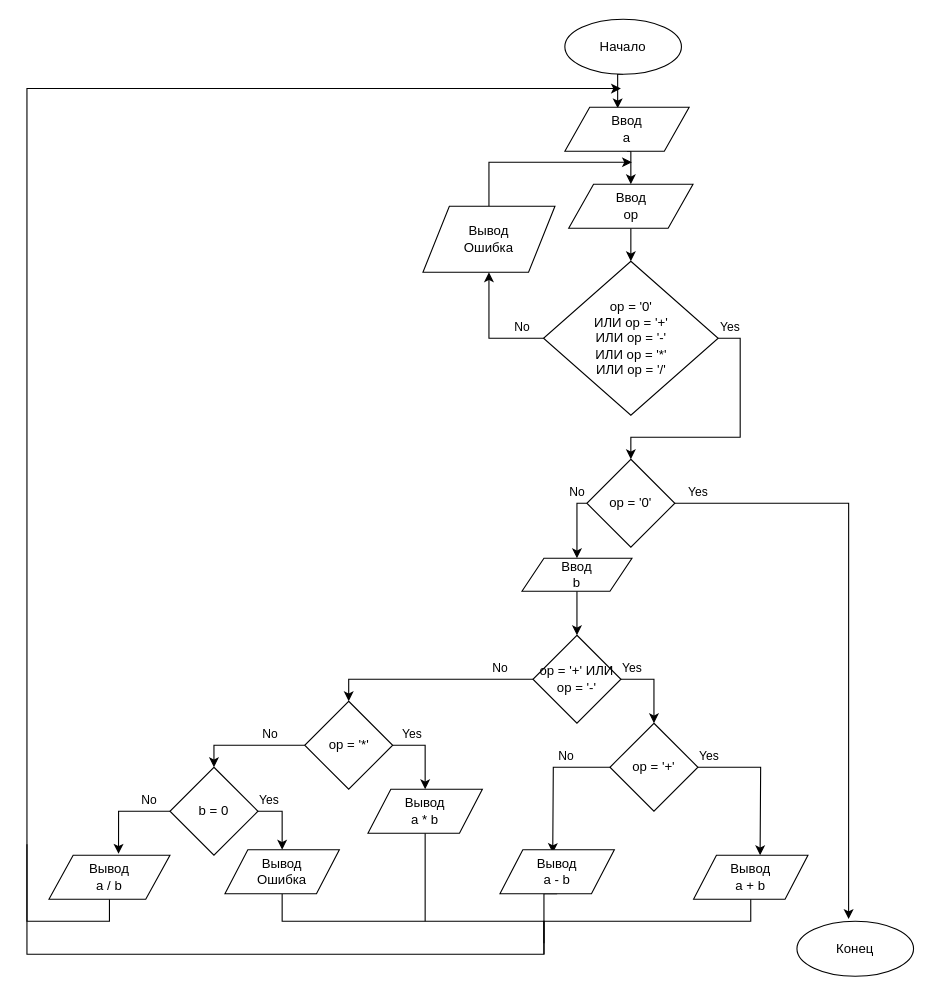
Above: page "task_1" (1 of 6) of lesson_2.drawio in Virucek/geekbrains_python_algorithms_basic (draw.io), before the change. Source tidied: cells renumbered, new cells numbered last; positions are measured from the earlier drawing's top-left corner, leaving out a move shared by most shapes. Both pictures are drawn from the tidied source at 110%, with x=0, y=0 at pixel (26, 19).
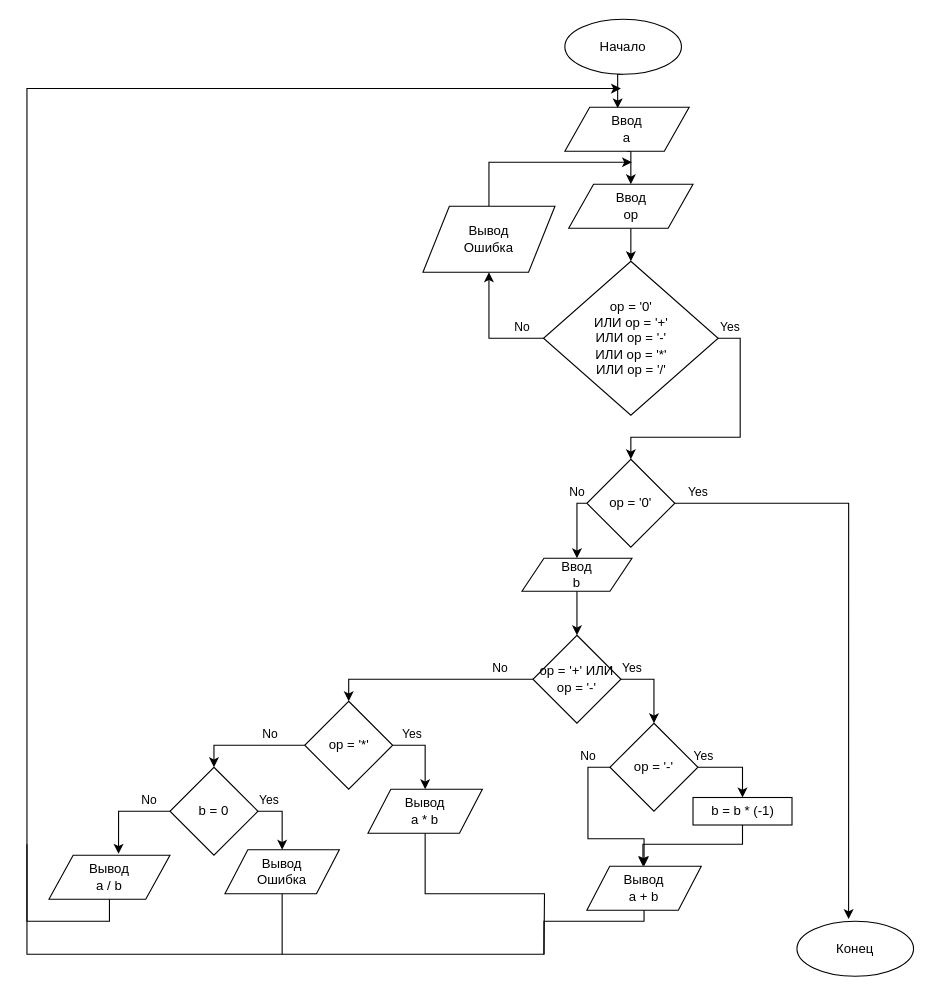
The same diagram, later.

The change refers to these unchanged cells:
```xml
<mxCell id="39" value="Вывод&lt;br&gt;a * b" style="shape=parallelogram;perimeter=parallelogramPerimeter;whiteSpace=wrap;html=1;" parent="1" vertex="1">
  <mxGeometry x="310" y="700" width="104" height="40" as="geometry" />
</mxCell>
<mxCell id="40" value="Вывод&lt;br&gt;Ошибка" style="shape=parallelogram;perimeter=parallelogramPerimeter;whiteSpace=wrap;html=1;" parent="1" vertex="1">
  <mxGeometry x="180" y="755" width="104" height="40" as="geometry" />
</mxCell>
```

Diff of the diagram source:
```diff
@@
-    <mxCell id="14" value="Yes" style="edgeStyle=orthogonalEdgeStyle;rounded=0;jettySize=auto;html=1;exitX=1;exitY=0.5;exitDx=0;exitDy=0;entryX=0.5;entryY=0;entryDx=0;entryDy=0;" parent="1" edge="1" source="16">
-      <mxGeometry x="-0.85" y="10" relative="1" as="geometry">
-        <mxPoint x="666.5" y="760" as="targetPoint" />
-      </mxGeometry>
+    <mxCell id="14" value="Yes" style="edgeStyle=orthogonalEdgeStyle;rounded=0;jettySize=auto;html=1;exitX=1;exitY=0.5;exitDx=0;exitDy=0;entryX=0.5;entryY=0;entryDx=0;entryDy=0;" parent="1" edge="1" source="16" target="42">
+      <mxGeometry x="-0.85" y="10" relative="1" as="geometry" />
     </mxCell>
-    <mxCell id="15" value="No" style="edgeStyle=orthogonalEdgeStyle;rounded=0;jettySize=auto;html=1;exitX=0;exitY=0.5;exitDx=0;exitDy=0;" parent="1" edge="1" source="16">
-      <mxGeometry x="-0.38" y="-10" relative="1" as="geometry">
-        <mxPoint x="478" y="758" as="targetPoint" />
+    <mxCell id="15" value="No" style="edgeStyle=orthogonalEdgeStyle;rounded=0;jettySize=auto;html=1;exitX=0;exitY=0.5;exitDx=0;exitDy=0;entryX=0.5;entryY=0;entryDx=0;entryDy=0;" parent="1" edge="1" source="16" target="35">
+      <mxGeometry x="-0.75" y="-10" relative="1" as="geometry">
+        <mxPoint x="10" y="-10" as="offset" />
       </mxGeometry>
     </mxCell>
-    <mxCell id="16" value="op = '+'" style="rhombus;whiteSpace=wrap;html=1;" parent="1" vertex="1">
+    <mxCell id="16" value="op = '-'" style="rhombus;whiteSpace=wrap;html=1;" parent="1" vertex="1">
       <mxGeometry x="530" y="640" width="80" height="80" as="geometry" />
     </mxCell>
@@
     <mxCell id="30" style="edgeStyle=orthogonalEdgeStyle;rounded=0;jettySize=auto;html=1;exitX=0.5;exitY=1;exitDx=0;exitDy=0;endArrow=none;endFill=0;" parent="1" edge="1" source="40">
       <mxGeometry relative="1" as="geometry">
-        <mxPoint x="470" y="850" as="targetPoint" />
+        <mxPoint x="232" y="850" as="targetPoint" />
         <Array as="points">
-          <mxPoint x="232" y="820" />
-          <mxPoint x="470" y="820" />
+          <mxPoint x="232" y="830" />
+          <mxPoint x="232" y="830" />
         </Array>
       </mxGeometry>
     </mxCell>
@@
-    <mxCell id="34" style="edgeStyle=orthogonalEdgeStyle;rounded=0;jettySize=auto;html=1;exitX=0.5;exitY=1;exitDx=0;exitDy=0;endArrow=none;endFill=0;" parent="1" edge="1" source="35">
-      <mxGeometry relative="1" as="geometry">
-        <mxPoint x="470" y="840" as="targetPoint" />
-        <Array as="points">
-          <mxPoint x="658" y="820" />
-          <mxPoint x="470" y="820" />
-          <mxPoint x="470" y="840" />
-        </Array>
-      </mxGeometry>
-    </mxCell>
     <mxCell id="35" value="Вывод&lt;br&gt;a + b" style="shape=parallelogram;perimeter=parallelogramPerimeter;whiteSpace=wrap;html=1;" parent="1" vertex="1">
-      <mxGeometry x="606" y="760" width="104" height="40" as="geometry" />
+      <mxGeometry x="509" y="770" width="104" height="40" as="geometry" />
     </mxCell>
-    <mxCell id="36" style="edgeStyle=orthogonalEdgeStyle;rounded=0;jettySize=auto;html=1;exitX=0.5;exitY=1;exitDx=0;exitDy=0;endArrow=classic;endFill=1;" parent="1" edge="1" source="37">
+    <mxCell id="36" style="edgeStyle=orthogonalEdgeStyle;rounded=0;jettySize=auto;html=1;exitX=0.5;exitY=1;exitDx=0;exitDy=0;endArrow=classic;endFill=1;" parent="1" edge="1" source="35">
       <mxGeometry relative="1" as="geometry">
         <mxPoint x="540" y="63" as="targetPoint" />
         <Array as="points">
-          <mxPoint x="470" y="795" />
+          <mxPoint x="561" y="820" />
+          <mxPoint x="470" y="820" />
           <mxPoint x="470" y="850" />
           <mxPoint y="850" />
           <mxPoint y="63" />
         </Array>
       </mxGeometry>
     </mxCell>
-    <mxCell id="37" value="Вывод&lt;br&gt;a - b" style="shape=parallelogram;perimeter=parallelogramPerimeter;whiteSpace=wrap;html=1;" parent="1" vertex="1">
-      <mxGeometry x="430" y="755" width="104" height="40" as="geometry" />
-    </mxCell>
     <mxCell id="38" style="edgeStyle=orthogonalEdgeStyle;rounded=0;jettySize=auto;html=1;exitX=0.5;exitY=1;exitDx=0;exitDy=0;endArrow=none;endFill=0;" parent="1" edge="1" source="39">
       <mxGeometry relative="1" as="geometry">
-        <mxPoint x="362" y="820" as="targetPoint" />
+        <mxPoint x="470" y="850" as="targetPoint" />
       </mxGeometry>
     </mxCell>
@@
+    <mxCell id="41" style="edgeStyle=orthogonalEdgeStyle;rounded=0;jettySize=auto;html=1;exitX=0.5;exitY=1;exitDx=0;exitDy=0;endArrow=classic;endFill=1;" parent="1" edge="1" source="42">
+      <mxGeometry relative="1" as="geometry">
+        <mxPoint x="560" y="770" as="targetPoint" />
+        <Array as="points">
+          <mxPoint x="651" y="750" />
+          <mxPoint x="560" y="750" />
+        </Array>
+      </mxGeometry>
+    </mxCell>
+    <mxCell id="42" value="b = b * (-1)" style="rounded=0;whiteSpace=wrap;html=1;" parent="1" vertex="1">
+      <mxGeometry x="605.5" y="707.5" width="90" height="25" as="geometry" />
+    </mxCell>
```
